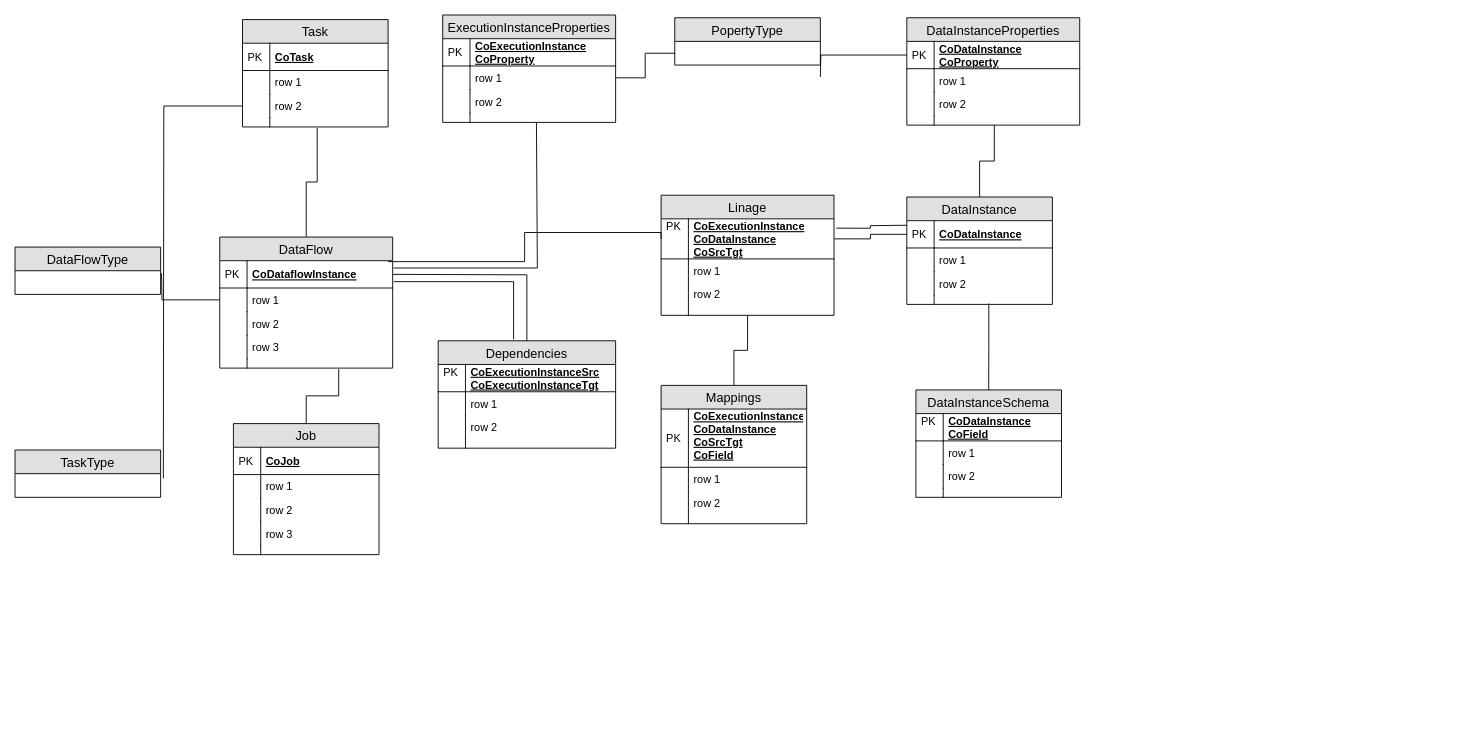
Earlier version of the draw.io diagram draw.io/LaLiga/Metamodel.drawio (icuefue/draw.io). Source tidied: cells renumbered, new cells numbered last; positions are measured from the earlier drawing's top-left corner, leaving out a move shared by most shapes. Both pictures are drawn from the tidied source at 91%, with x=0, y=0 at pixel (15, 15).
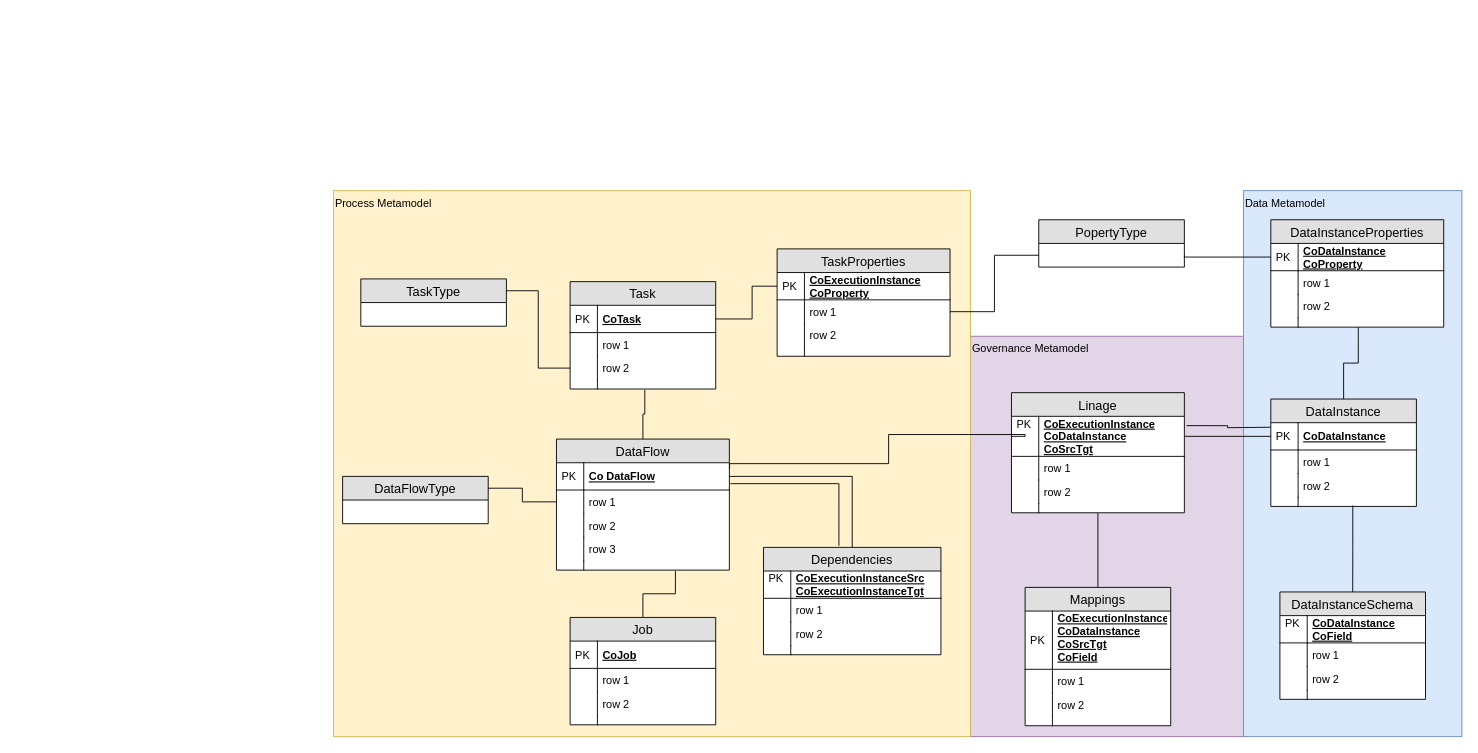
After the change.

The change refers to these unchanged cells:
```xml
<mxCell id="17" value="row 1" style="shape=partialRectangle;top=0;left=0;right=0;bottom=0;align=left;verticalAlign=top;fillColor=none;spacingLeft=34;spacingRight=4;overflow=hidden;points=[[0,0.5],[1,0.5]];portConstraint=eastwest;fontSize=12;" parent="14" vertex="1">
  <mxGeometry y="56" width="190" height="26" as="geometry" />
</mxCell>
<mxCell id="27" value="CoTask" style="shape=partialRectangle;top=0;left=0;right=0;bottom=1;align=left;verticalAlign=middle;fillColor=none;spacingLeft=34;spacingRight=4;overflow=hidden;points=[[0,0.5],[1,0.5]];portConstraint=eastwest;fontStyle=5;fontSize=12;" parent="26" vertex="1">
  <mxGeometry y="26" width="160" height="30" as="geometry" />
</mxCell>
<mxCell id="31" value="row 2" style="shape=partialRectangle;top=0;left=0;right=0;bottom=0;align=left;verticalAlign=top;fillColor=none;spacingLeft=34;spacingRight=4;overflow=hidden;points=[[0,0.5],[1,0.5]];portConstraint=eastwest;fontSize=12;" parent="26" vertex="1">
  <mxGeometry y="82" width="160" height="26" as="geometry" />
</mxCell>
<mxCell id="56" value="CoExecutionInstance&#10;CoDataInstance&#10;CoSrcTgt&#10;" style="shape=partialRectangle;top=0;left=0;right=0;bottom=1;align=left;verticalAlign=middle;fillColor=none;spacingLeft=34;spacingRight=4;overflow=hidden;points=[[0,0.5],[1,0.5]];portConstraint=eastwest;fontStyle=5;fontSize=12;" parent="55" vertex="1">
  <mxGeometry y="26" width="190" height="44" as="geometry" />
</mxCell>
<mxCell id="65" value="CoDataInstance&#10;CoProperty&#10;" style="shape=partialRectangle;top=0;left=0;right=0;bottom=1;align=left;verticalAlign=middle;fillColor=none;spacingLeft=34;spacingRight=4;overflow=hidden;points=[[0,0.5],[1,0.5]];portConstraint=eastwest;fontStyle=5;fontSize=12;" parent="64" vertex="1">
  <mxGeometry y="26" width="190" height="30" as="geometry" />
</mxCell>
<mxCell id="104" value="CoExecutionInstance&#10;CoProperty&#10;" style="shape=partialRectangle;top=0;left=0;right=0;bottom=1;align=left;verticalAlign=middle;fillColor=none;spacingLeft=34;spacingRight=4;overflow=hidden;points=[[0,0.5],[1,0.5]];portConstraint=eastwest;fontStyle=5;fontSize=12;" parent="103" vertex="1">
  <mxGeometry y="26" width="190" height="30" as="geometry" />
</mxCell>
<mxCell id="110" style="shape=partialRectangle;top=0;left=0;right=0;bottom=0;align=left;verticalAlign=top;fillColor=none;spacingLeft=34;spacingRight=4;overflow=hidden;points=[[0,0.5],[1,0.5]];portConstraint=eastwest;fontSize=12;" parent="103" vertex="1">
  <mxGeometry y="108" width="190" height="10" as="geometry" />
</mxCell>
```

Diff of the diagram source:
```diff
@@
+    <mxCell id="114" value="Governance Metamodel" style="rounded=0;whiteSpace=wrap;html=1;align=left;fillColor=#e1d5e7;strokeColor=#9673a6;verticalAlign=top;" parent="1" vertex="1">
+      <mxGeometry x="1050" y="353" width="300" height="440" as="geometry" />
+    </mxCell>
+    <mxCell id="115" value="Data Metamodel" style="rounded=0;whiteSpace=wrap;html=1;align=left;fillColor=#dae8fc;strokeColor=#6c8ebf;verticalAlign=top;" parent="1" vertex="1">
+      <mxGeometry x="1350" y="193" width="240" height="600" as="geometry" />
+    </mxCell>
+    <mxCell id="116" value="&lt;div style=&quot;text-align: left&quot;&gt;&lt;span&gt;Process Metamodel&lt;/span&gt;&lt;/div&gt;" style="rounded=0;whiteSpace=wrap;html=1;align=left;labelPosition=center;verticalLabelPosition=middle;verticalAlign=top;fillColor=#fff2cc;strokeColor=#d6b656;" parent="1" vertex="1">
+      <mxGeometry x="350" y="193" width="700" height="600" as="geometry" />
+    </mxCell>
@@
     <mxCell id="3" value="Job" style="swimlane;fontStyle=0;horizontal=1;startSize=26;fillColor=#e0e0e0;swimlaneFillColor=#ffffff;align=center;fontSize=14;" parent="1" vertex="1">
-      <mxGeometry x="240" y="449" width="160" height="144" as="geometry" />
+      <mxGeometry x="610" y="662" width="160" height="118" as="geometry" />
     </mxCell>
@@
-    <mxCell id="10" value="row 3" style="shape=partialRectangle;top=0;left=0;right=0;bottom=0;align=left;verticalAlign=top;fillColor=none;spacingLeft=34;spacingRight=4;overflow=hidden;fontSize=12;" parent="3" vertex="1">
-      <mxGeometry y="108" width="160" height="26" as="geometry" />
-    </mxCell>
-    <mxCell id="11" style="shape=partialRectangle;top=0;left=0;bottom=0;fillColor=none;align=left;verticalAlign=top;spacingLeft=4;spacingRight=4;overflow=hidden;fontSize=12;" parent="10" vertex="1">
-      <mxGeometry width="30" height="26" as="geometry" />
-    </mxCell>
     <mxCell id="12" style="shape=partialRectangle;top=0;left=0;right=0;bottom=0;align=left;verticalAlign=top;fillColor=none;spacingLeft=34;spacingRight=4;overflow=hidden;fontSize=12;" parent="3" vertex="1">
-      <mxGeometry y="134" width="160" height="10" as="geometry" />
+      <mxGeometry y="108" width="160" height="10" as="geometry" />
     </mxCell>
@@
     <mxCell id="14" value="DataFlow" style="swimlane;fontStyle=0;horizontal=1;startSize=26;fillColor=#e0e0e0;swimlaneFillColor=#ffffff;align=center;fontSize=14;" parent="1" vertex="1">
-      <mxGeometry x="225" y="244" width="190" height="144" as="geometry" />
+      <mxGeometry x="595" y="466" width="190" height="144" as="geometry" />
     </mxCell>
-    <mxCell id="15" value="CoDataflowInstance" style="shape=partialRectangle;top=0;left=0;right=0;bottom=1;align=left;verticalAlign=middle;fillColor=none;spacingLeft=34;spacingRight=4;overflow=hidden;points=[[0,0.5],[1,0.5]];portConstraint=eastwest;fontStyle=5;fontSize=12;" parent="14" vertex="1">
+    <mxCell id="15" value="Co DataFlow" style="shape=partialRectangle;top=0;left=0;right=0;bottom=1;align=left;verticalAlign=middle;fillColor=none;spacingLeft=34;spacingRight=4;overflow=hidden;points=[[0,0.5],[1,0.5]];portConstraint=eastwest;fontStyle=5;fontSize=12;" parent="14" vertex="1">
       <mxGeometry y="26" width="190" height="30" as="geometry" />
     </mxCell>
@@
     <mxCell id="26" value="Task" style="swimlane;fontStyle=0;horizontal=1;startSize=26;fillColor=#e0e0e0;swimlaneFillColor=#ffffff;align=center;fontSize=14;" parent="1" vertex="1">
-      <mxGeometry x="250" y="5" width="160" height="118" as="geometry" />
+      <mxGeometry x="610" y="293" width="160" height="118" as="geometry" />
     </mxCell>
@@
     <mxCell id="35" value="Dependencies" style="swimlane;fontStyle=0;horizontal=1;startSize=26;fillColor=#e0e0e0;swimlaneFillColor=#ffffff;align=center;fontSize=14;" parent="1" vertex="1">
-      <mxGeometry x="465" y="358" width="195" height="118" as="geometry" />
+      <mxGeometry x="822.5" y="585" width="195" height="118" as="geometry" />
     </mxCell>
@@
     <mxCell id="45" value="DataInstance" style="swimlane;fontStyle=0;horizontal=1;startSize=26;fillColor=#e0e0e0;swimlaneFillColor=#ffffff;align=center;fontSize=14;" parent="1" vertex="1">
-      <mxGeometry x="980" y="200" width="160" height="118" as="geometry" />
+      <mxGeometry x="1380" y="422" width="160" height="118" as="geometry" />
     </mxCell>
@@
     <mxCell id="55" value="Linage" style="swimlane;fontStyle=0;horizontal=1;startSize=26;fillColor=#e0e0e0;swimlaneFillColor=#ffffff;align=center;fontSize=14;" parent="1" vertex="1">
-      <mxGeometry x="710" y="198" width="190" height="132" as="geometry" />
+      <mxGeometry x="1095" y="415" width="190" height="132" as="geometry" />
     </mxCell>
@@
     <mxCell id="64" value="DataInstanceProperties" style="swimlane;fontStyle=0;horizontal=1;startSize=26;fillColor=#e0e0e0;swimlaneFillColor=#ffffff;align=center;fontSize=14;" parent="1" vertex="1">
-      <mxGeometry x="980" y="3" width="190" height="118" as="geometry" />
+      <mxGeometry x="1380" y="225" width="190" height="118" as="geometry" />
     </mxCell>
@@
     <mxCell id="73" value="DataFlowType" style="swimlane;fontStyle=0;horizontal=1;startSize=26;fillColor=#e0e0e0;swimlaneFillColor=#ffffff;align=center;fontSize=14;" parent="1" vertex="1">
-      <mxGeometry y="255" width="160" height="52" as="geometry" />
+      <mxGeometry x="360" y="507" width="160" height="52" as="geometry" />
     </mxCell>
     <mxCell id="74" value="TaskType" style="swimlane;fontStyle=0;horizontal=1;startSize=26;fillColor=#e0e0e0;swimlaneFillColor=#ffffff;align=center;fontSize=14;" parent="1" vertex="1">
-      <mxGeometry y="478" width="160" height="52" as="geometry" />
+      <mxGeometry x="380" y="290" width="160" height="52" as="geometry" />
     </mxCell>
-    <mxCell id="75" style="edgeStyle=orthogonalEdgeStyle;rounded=0;jettySize=auto;html=1;entryX=0.5;entryY=0;entryDx=0;entryDy=0;endArrow=none;endFill=0;" parent="1" edge="1" target="35">
-      <mxGeometry relative="1" as="geometry">
-        <mxPoint x="415" y="285" as="sourcePoint" />
-      </mxGeometry>
+    <mxCell id="75" style="edgeStyle=orthogonalEdgeStyle;rounded=0;jettySize=auto;html=1;entryX=0.5;entryY=0;entryDx=0;entryDy=0;endArrow=none;endFill=0;exitX=1;exitY=0.5;exitDx=0;exitDy=0;" parent="1" edge="1" source="15" target="35">
+      <mxGeometry relative="1" as="geometry" />
     </mxCell>
@@
-    <mxCell id="77" style="edgeStyle=orthogonalEdgeStyle;rounded=0;jettySize=auto;html=1;exitX=0;exitY=0.5;exitDx=0;exitDy=0;entryX=1.006;entryY=0.115;entryDx=0;entryDy=0;entryPerimeter=0;endArrow=none;endFill=0;" parent="1" edge="1" source="17">
-      <mxGeometry relative="1" as="geometry">
-        <mxPoint x="161" y="284" as="targetPoint" />
-      </mxGeometry>
+    <mxCell id="77" style="edgeStyle=orthogonalEdgeStyle;rounded=0;jettySize=auto;html=1;exitX=0;exitY=0.5;exitDx=0;exitDy=0;entryX=1;entryY=0.25;entryDx=0;entryDy=0;endArrow=none;endFill=0;" parent="1" edge="1" source="17" target="73">
+      <mxGeometry relative="1" as="geometry" />
     </mxCell>
-    <mxCell id="78" style="edgeStyle=orthogonalEdgeStyle;rounded=0;jettySize=auto;html=1;exitX=0;exitY=0.5;exitDx=0;exitDy=0;entryX=1.019;entryY=0.192;entryDx=0;entryDy=0;entryPerimeter=0;endArrow=none;endFill=0;" parent="1" edge="1" source="31">
-      <mxGeometry relative="1" as="geometry">
-        <mxPoint x="163" y="509" as="targetPoint" />
-      </mxGeometry>
+    <mxCell id="78" style="edgeStyle=orthogonalEdgeStyle;rounded=0;jettySize=auto;html=1;exitX=0;exitY=0.5;exitDx=0;exitDy=0;entryX=1;entryY=0.25;entryDx=0;entryDy=0;endArrow=none;endFill=0;" parent="1" edge="1" source="31" target="74">
+      <mxGeometry relative="1" as="geometry" />
     </mxCell>
-    <mxCell id="79" style="edgeStyle=orthogonalEdgeStyle;rounded=0;jettySize=auto;html=1;entryX=0;entryY=0.5;entryDx=0;entryDy=0;endArrow=none;endFill=0;" parent="1" edge="1" target="56">
+    <mxCell id="79" style="edgeStyle=orthogonalEdgeStyle;rounded=0;jettySize=auto;html=1;entryX=0;entryY=0.5;entryDx=0;entryDy=0;endArrow=none;endFill=0;exitX=1.001;exitY=0.213;exitDx=0;exitDy=0;exitPerimeter=0;" parent="1" edge="1" source="15" target="56">
       <mxGeometry relative="1" as="geometry">
-        <mxPoint x="410" y="271" as="sourcePoint" />
         <Array as="points">
-          <mxPoint x="560" y="271" />
-          <mxPoint x="560" y="239" />
+          <mxPoint x="785" y="493" />
+          <mxPoint x="960" y="493" />
+          <mxPoint x="960" y="461" />
+          <mxPoint x="1110" y="461" />
         </Array>
       </mxGeometry>
     </mxCell>
     <mxCell id="80" style="edgeStyle=orthogonalEdgeStyle;rounded=0;jettySize=auto;html=1;exitX=1.013;exitY=0.233;exitDx=0;exitDy=0;endArrow=none;endFill=0;exitPerimeter=0;" parent="1" edge="1" source="56">
       <mxGeometry relative="1" as="geometry">
-        <mxPoint x="980" y="231" as="targetPoint" />
+        <mxPoint x="1380" y="453" as="targetPoint" />
       </mxGeometry>
     </mxCell>
@@
     <mxCell id="82" value="Mappings" style="swimlane;fontStyle=0;horizontal=1;startSize=26;fillColor=#e0e0e0;swimlaneFillColor=#ffffff;align=center;fontSize=14;" parent="1" vertex="1">
-      <mxGeometry x="710" y="407" width="160" height="152" as="geometry" />
+      <mxGeometry x="1110" y="629" width="160" height="152" as="geometry" />
     </mxCell>
@@
     <mxCell id="91" value="DataInstanceSchema" style="swimlane;fontStyle=0;horizontal=1;startSize=26;fillColor=#e0e0e0;swimlaneFillColor=#ffffff;align=center;fontSize=14;" parent="1" vertex="1">
-      <mxGeometry x="990" y="412" width="160" height="118" as="geometry" />
+      <mxGeometry x="1390" y="634" width="160" height="118" as="geometry" />
     </mxCell>
@@
     <mxCell id="101" value="PopertyType" style="swimlane;fontStyle=0;horizontal=1;startSize=26;fillColor=#e0e0e0;swimlaneFillColor=#ffffff;align=center;fontSize=14;" parent="1" vertex="1">
-      <mxGeometry x="725" y="3" width="160" height="52" as="geometry" />
+      <mxGeometry x="1125" y="225" width="160" height="52" as="geometry" />
     </mxCell>
-    <mxCell id="102" style="edgeStyle=orthogonalEdgeStyle;rounded=0;jettySize=auto;html=1;exitX=1;exitY=0.5;exitDx=0;exitDy=0;entryX=0;entryY=0.5;entryDx=0;entryDy=0;endArrow=none;endFill=0;" parent="1" edge="1" target="65">
+    <mxCell id="102" style="edgeStyle=orthogonalEdgeStyle;rounded=0;jettySize=auto;html=1;exitX=1;exitY=0.75;exitDx=0;exitDy=0;entryX=0;entryY=0.5;entryDx=0;entryDy=0;endArrow=none;endFill=0;" parent="1" edge="1" source="101" target="65">
       <mxGeometry relative="1" as="geometry">
-        <mxPoint x="885" y="68" as="sourcePoint" />
+        <Array as="points">
+          <mxPoint x="1285" y="266" />
+        </Array>
       </mxGeometry>
     </mxCell>
-    <mxCell id="103" value="ExecutionInstanceProperties" style="swimlane;fontStyle=0;horizontal=1;startSize=26;fillColor=#e0e0e0;swimlaneFillColor=#ffffff;align=center;fontSize=14;" parent="1" vertex="1">
-      <mxGeometry x="470" width="190" height="118" as="geometry" />
+    <mxCell id="103" value="TaskProperties" style="swimlane;fontStyle=0;horizontal=1;startSize=26;fillColor=#e0e0e0;swimlaneFillColor=#ffffff;align=center;fontSize=14;" parent="1" vertex="1">
+      <mxGeometry x="837.5" y="257" width="190" height="118" as="geometry" />
     </mxCell>
@@
-    <mxCell id="113" style="edgeStyle=orthogonalEdgeStyle;rounded=0;jettySize=auto;html=1;exitX=1.005;exitY=0.267;exitDx=0;exitDy=0;entryX=0.542;entryY=1;entryDx=0;entryDy=0;entryPerimeter=0;endArrow=none;endFill=0;exitPerimeter=0;" parent="1" edge="1" source="15" target="110">
+    <mxCell id="113" style="edgeStyle=orthogonalEdgeStyle;rounded=0;jettySize=auto;html=1;exitX=1;exitY=0.5;exitDx=0;exitDy=0;entryX=0;entryY=0.5;entryDx=0;entryDy=0;endArrow=none;endFill=0;" parent="1" edge="1" source="27" target="104">
       <mxGeometry relative="1" as="geometry">
         <Array as="points">
-          <mxPoint x="574" y="278" />
-          <mxPoint x="574" y="118" />
+          <mxPoint x="810" y="334" />
+          <mxPoint x="810" y="298" />
         </Array>
       </mxGeometry>
     </mxCell>
```
